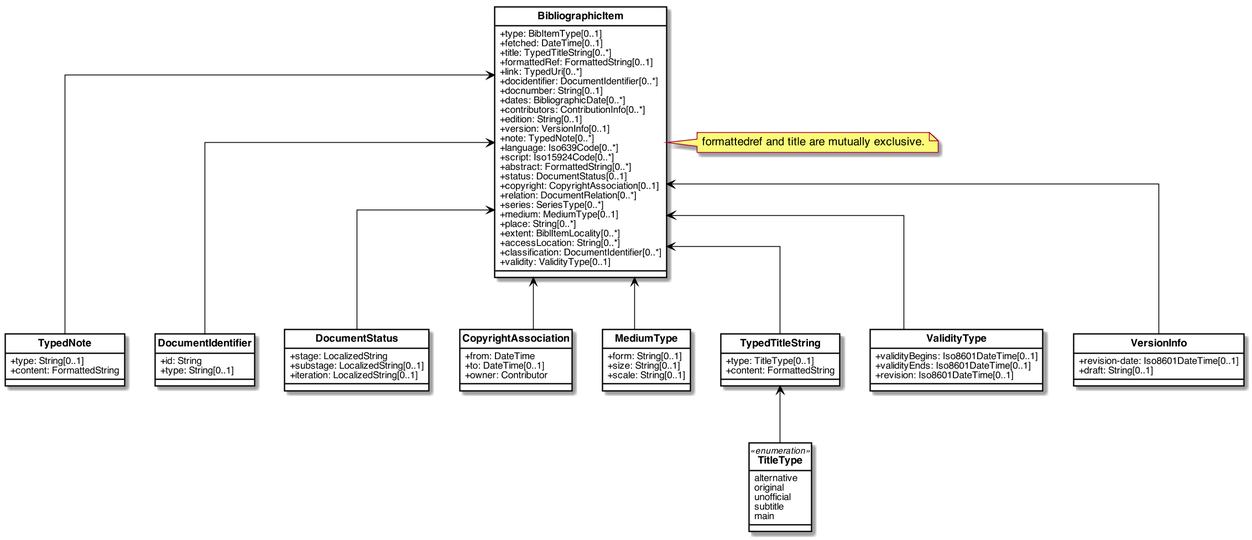
The PlantUML diagram images/RelBib_BibliographicItem.png in relaton/relaton-models, before a commit.
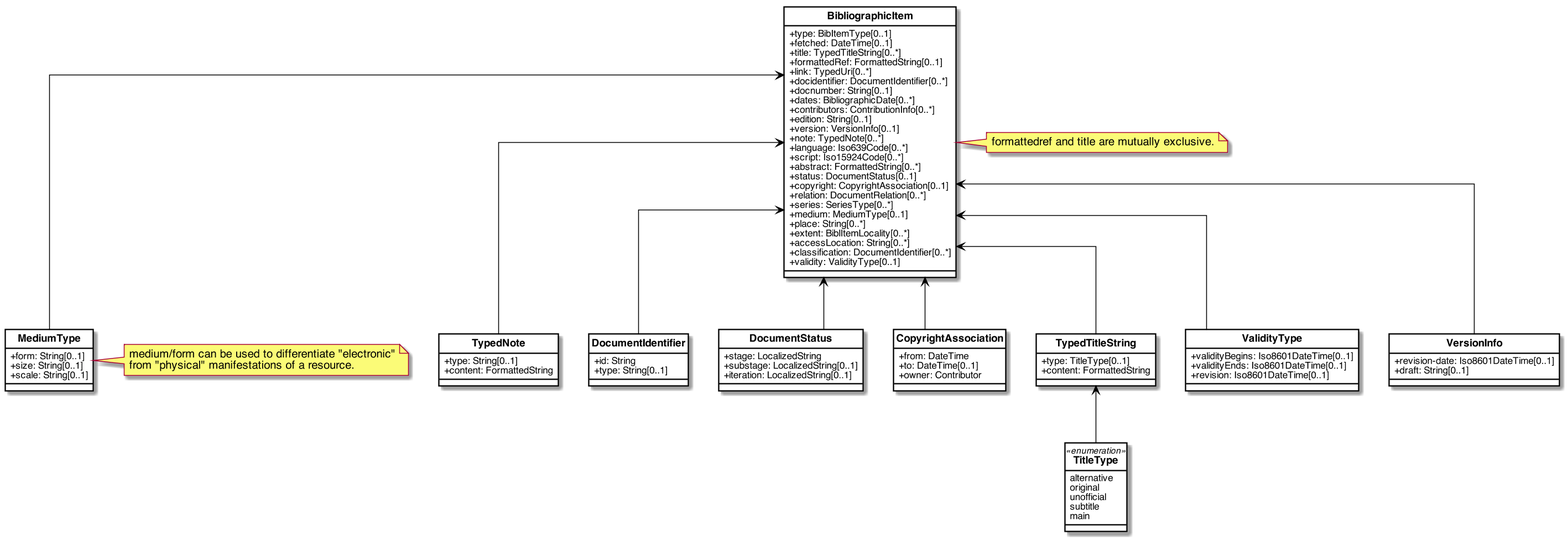
The same diagram one commit later.

Commit message:
added website as BibItemType, clarified medium; closes #14

The edit, as a diff of the source:
```diff
@@ -122,6 +122,7 @@
 }
 
 note right of BibliographicItem: formattedref and title are mutually exclusive.
+note right of MediumType: medium/form can be used to differentiate "electronic"\nfrom "physical" manifestations of a resource.
 
 
 BibliographicItem <-- DocumentIdentifier
```
